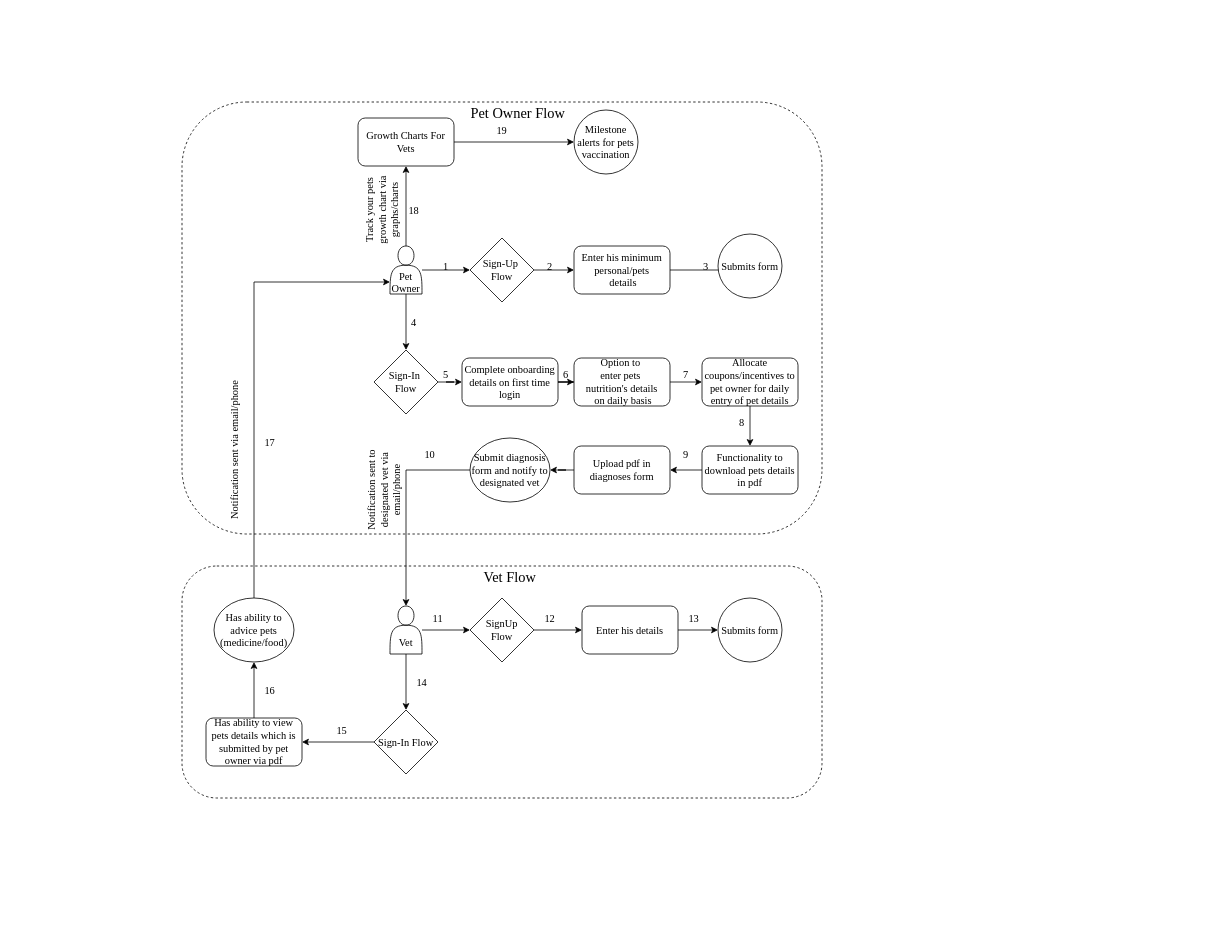
Above: Pet-App-Flow.drawio in namanchopra21087/design-documents (draw.io), before the change. Source tidied: cells renumbered, new cells numbered last; positions are measured from the earlier drawing's top-left corner, leaving out a move shared by most shapes. Both pictures are drawn from the tidied source at 80%, with x=0, y=0 at pixel (14, 14).
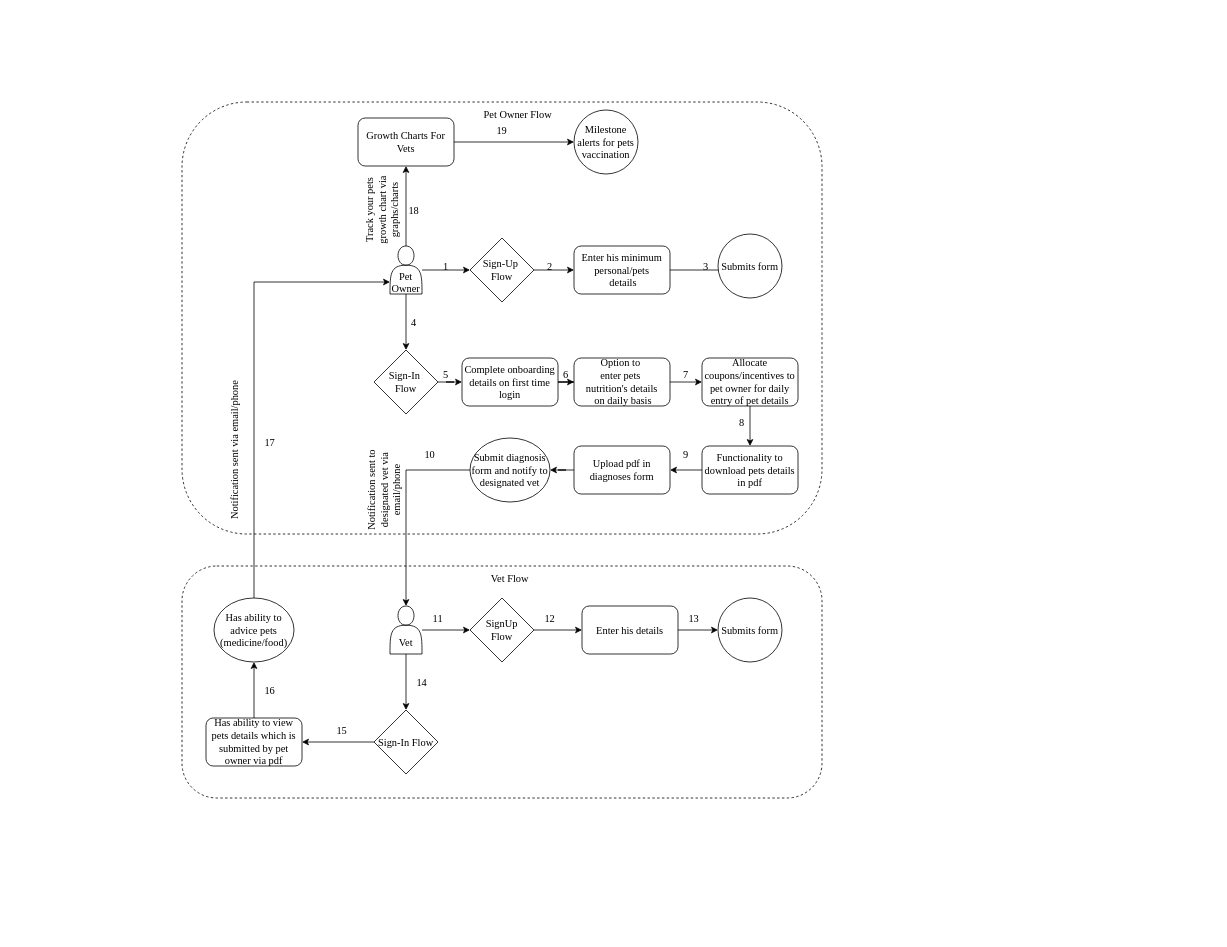
The same page after the edit.

Diff of the diagram source:
```diff
@@
-    <mxCell id="74" value="&lt;font style=&quot;font-size: 18px;&quot;&gt;Vet Flow&lt;/font&gt;" style="text;html=1;align=center;verticalAlign=middle;whiteSpace=wrap;rounded=0;fontFamily=Times New Roman;fontSize=13;" parent="1" vertex="1">
+    <mxCell id="74" value="&lt;font style=&quot;font-size: 13px;&quot;&gt;Vet Flow&lt;/font&gt;" style="text;html=1;align=center;verticalAlign=middle;whiteSpace=wrap;rounded=0;fontFamily=Times New Roman;fontSize=13;" parent="1" vertex="1">
       <mxGeometry x="570" y="690" width="100" height="30" as="geometry" />
     </mxCell>
-    <mxCell id="75" value="&lt;font style=&quot;font-size: 18px;&quot;&gt;Pet Owner Flow&lt;/font&gt;" style="text;html=1;align=center;verticalAlign=middle;whiteSpace=wrap;rounded=0;fontFamily=Times New Roman;fontSize=13;" parent="1" vertex="1">
+    <mxCell id="75" value="&lt;font style=&quot;font-size: 13px;&quot;&gt;Pet Owner Flow&lt;/font&gt;" style="text;html=1;align=center;verticalAlign=middle;whiteSpace=wrap;rounded=0;fontFamily=Times New Roman;fontSize=13;" parent="1" vertex="1">
       <mxGeometry x="560" y="110" width="140" height="30" as="geometry" />
     </mxCell>
```
